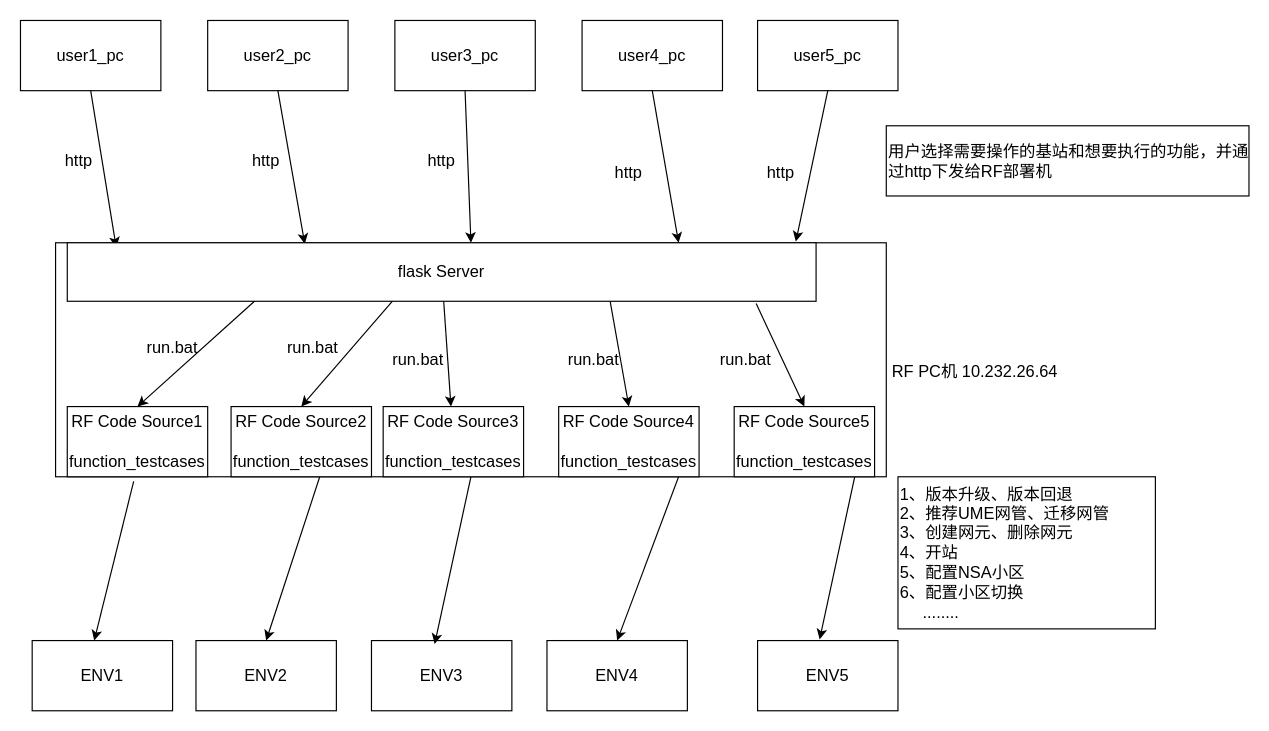
The draw.io diagram 自动化群体环境管理图.drawio in ghr12345/bianyiqi, before the edit. Source tidied: cells renumbered, new cells numbered last; positions are measured from the earlier drawing's top-left corner, leaving out a move shared by most shapes. Both pictures are drawn from the tidied source at 117%, with x=0, y=0 at pixel (20, 20).
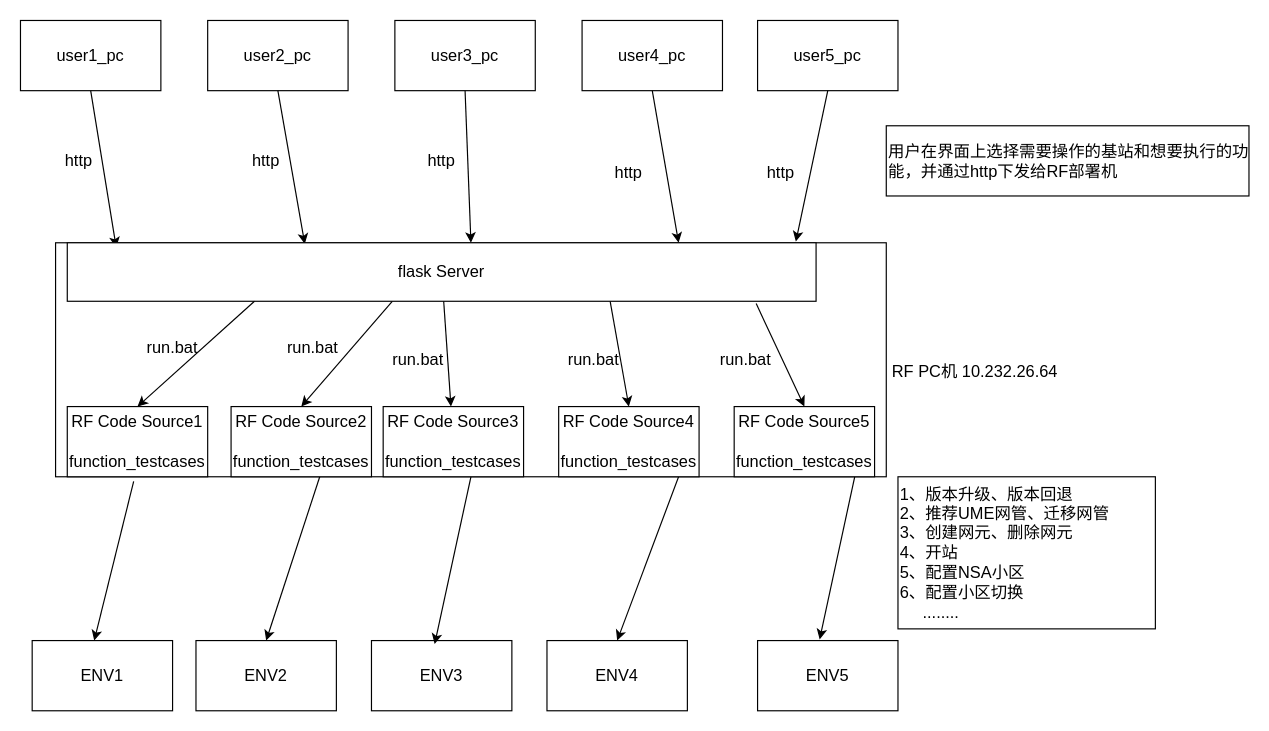
The same diagram, later.

Commit message:
Update 自动化群体环境管理图.drawio

Change to the diagram source:
```diff
@@
-    <mxCell id="41" value="用户选择需要操作的基站和想要执行的功能，并通过http下发给RF部署机" style="rounded=0;whiteSpace=wrap;html=1;align=left;fontSize=14;" parent="1" vertex="1">
+    <mxCell id="41" value="用户在界面上选择需要操作的基站和想要执行的功能，并通过http下发给RF部署机" style="rounded=0;whiteSpace=wrap;html=1;align=left;fontSize=14;" parent="1" vertex="1">
       <mxGeometry x="740" y="90" width="310" height="60" as="geometry" />
     </mxCell>
```
